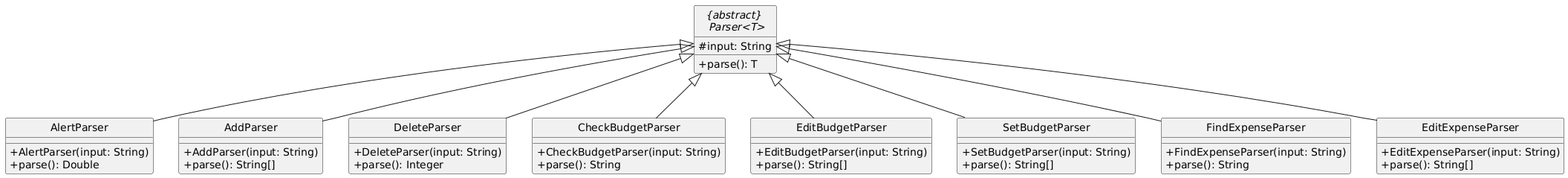
The PlantUML diagram docs/diagrams/ParserClassDiagram.png in AY2425S2-CS2113-T12-4/tp, before a commit. Its diagram source:
```plantuml
@startuml
hide circle
skinparam classAttributeIconSize 0

abstract  "{abstract} \n Parser<T>" {
    # input: String
    + parse(): T
}

class "AlertParser" {
    + AlertParser(input: String)
    + parse(): Double
}

class "AddParser" {
    + AddParser(input: String)
    + parse(): String[]
}

class "DeleteParser" {
    + DeleteParser(input: String)
    + parse(): Integer
}

class "CheckBudgetParser" {
    + CheckBudgetParser(input: String)
    + parse(): String
}

class "EditBudgetParser" {
    + EditBudgetParser(input: String)
    + parse(): String[]
}

class "SetBudgetParser" {
    + SetBudgetParser(input: String)
    + parse(): String[]
}

class "FindExpenseParser" {
    + FindExpenseParser(input: String)
    + parse(): String
}

class "EditExpenseParser" {
    + EditExpenseParser(input: String)
    + parse(): String[]
}

"{abstract} \n Parser<T>" <|-- "AlertParser"
"{abstract} \n Parser<T>" <|-- "AddParser"
"{abstract} \n Parser<T>" <|-- "DeleteParser"
"{abstract} \n Parser<T>" <|-- "CheckBudgetParser"
"{abstract} \n Parser<T>" <|-- "EditBudgetParser"
"{abstract} \n Parser<T>" <|-- "SetBudgetParser"
"{abstract} \n Parser<T>" <|-- "FindExpenseParser"
"{abstract} \n Parser<T>" <|-- "EditExpenseParser"
@enduml
```
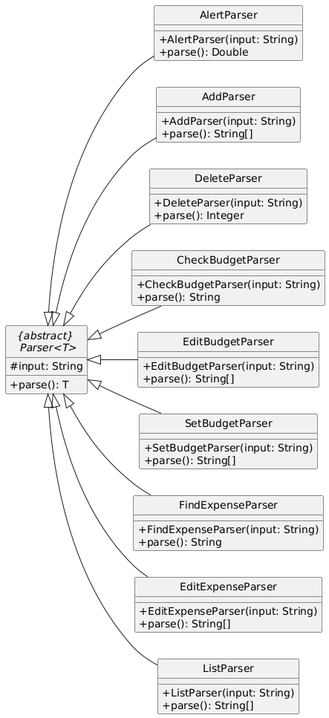
Later version of the same file.

What changed in the source:
```diff
@@ -1,4 +1,5 @@
 @startuml
+left to right direction
 hide circle
 skinparam classAttributeIconSize 0
 
@@ -47,6 +48,11 @@
     + parse(): String[]
 }
 
+class "ListParser" {
+    + ListParser(input: String)
+    + parse(): String[]
+}
+
 "{abstract} \n Parser<T>" <|-- "AlertParser"
 "{abstract} \n Parser<T>" <|-- "AddParser"
 "{abstract} \n Parser<T>" <|-- "DeleteParser"
@@ -55,4 +61,5 @@
 "{abstract} \n Parser<T>" <|-- "SetBudgetParser"
 "{abstract} \n Parser<T>" <|-- "FindExpenseParser"
 "{abstract} \n Parser<T>" <|-- "EditExpenseParser"
+"{abstract} \n Parser<T>" <|-- "ListParser"
 @enduml
```
